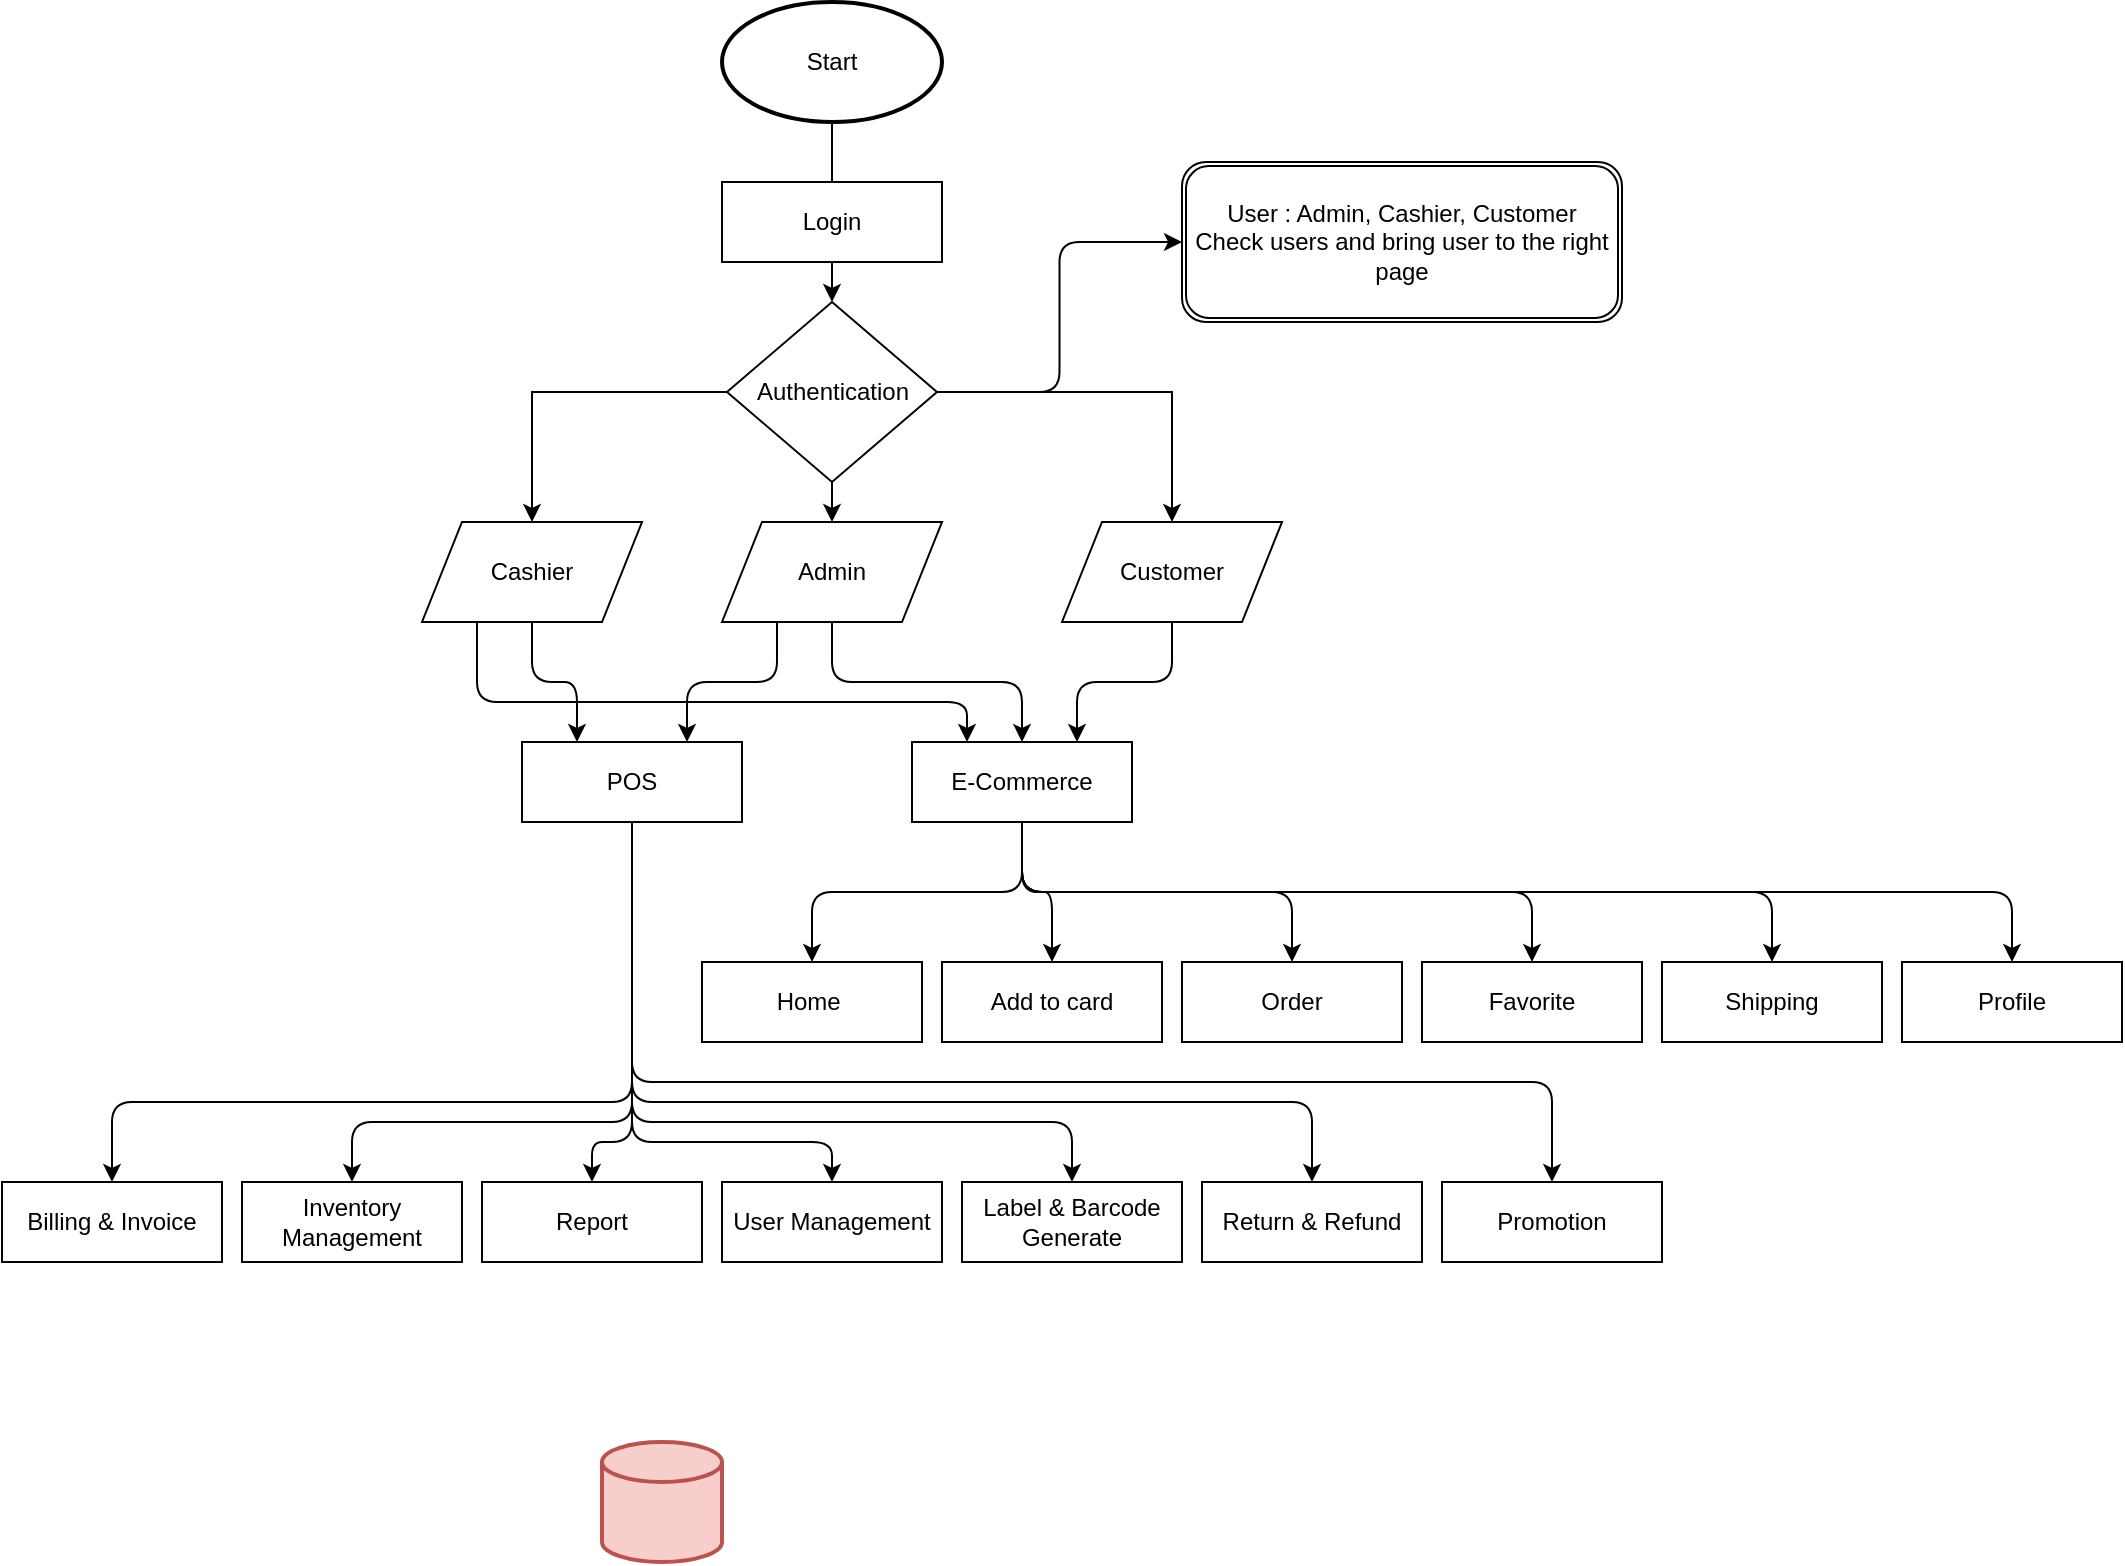
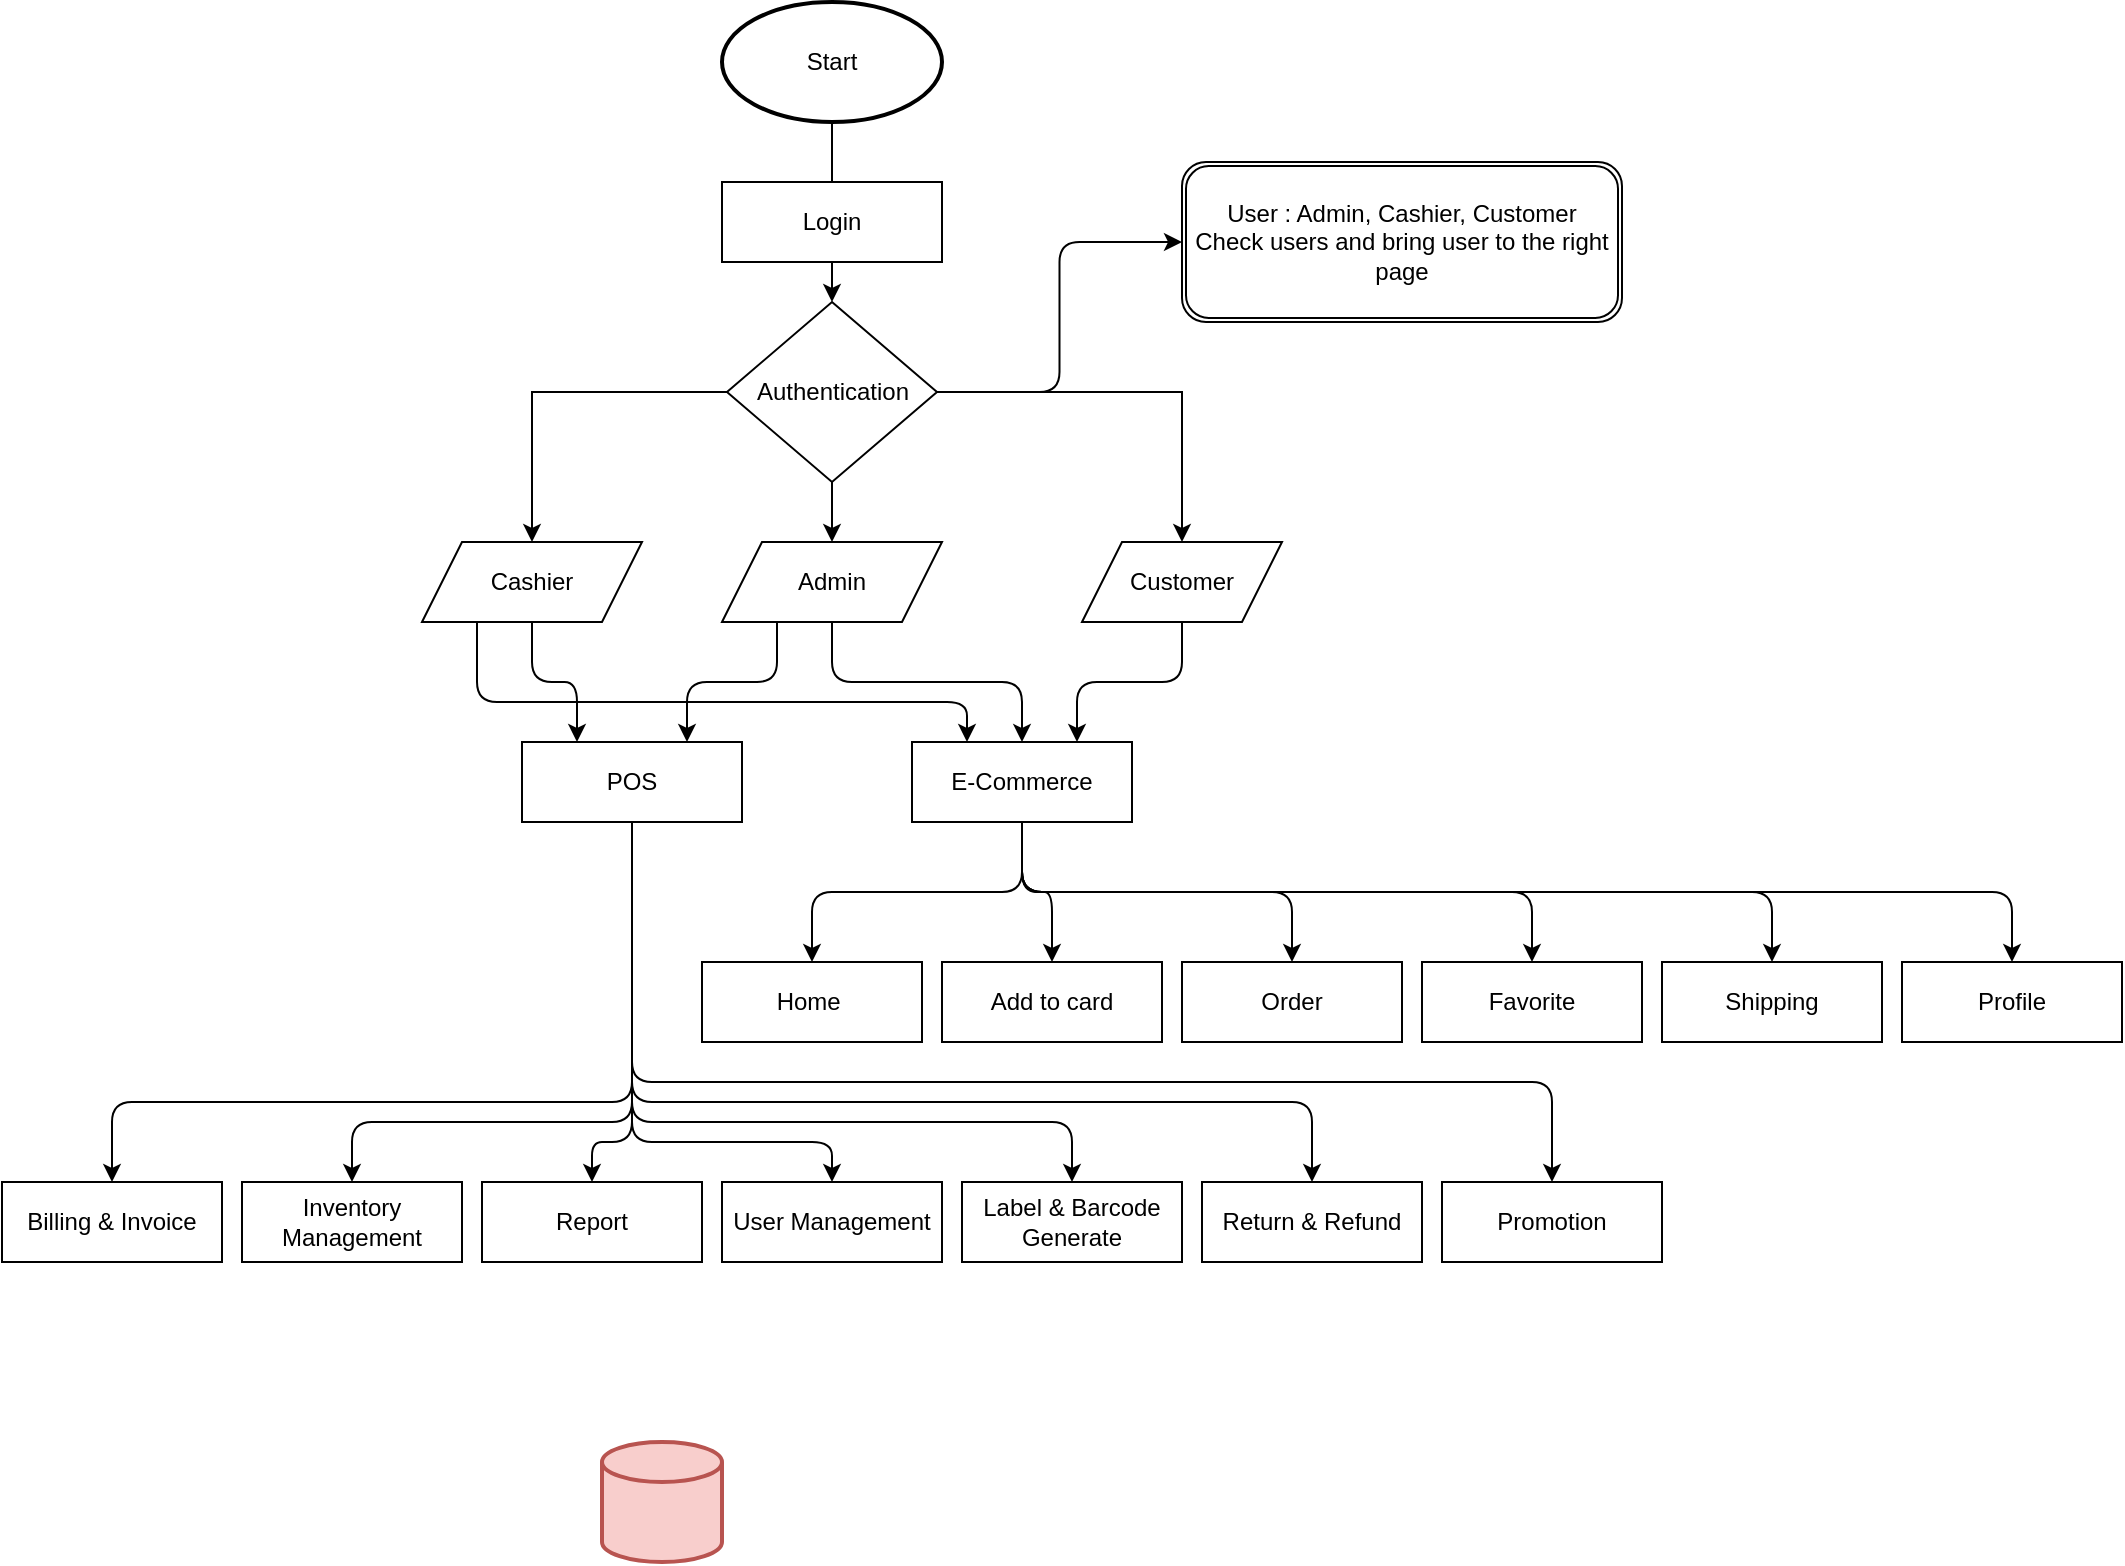
<mxfile host="app.diagrams.net">
  <diagram name="Page-1" id="T8X5T4ipKH7LPoEU0lZ8">
-     <mxGraphModel dx="694" dy="446" grid="1" gridSize="10" guides="1" tooltips="1" connect="1" arrows="1" fold="1" page="1" pageScale="1" pageWidth="1169" pageHeight="1654" math="0" shadow="0">
+     <mxGraphModel dx="1228" dy="789" grid="1" gridSize="10" guides="1" tooltips="1" connect="1" arrows="1" fold="1" page="1" pageScale="1" pageWidth="1169" pageHeight="1654" math="0" shadow="0">
      <root>
        <mxCell id="0" />
        <mxCell id="1" parent="0" />
        <mxCell id="o-ckGW3FgYWp_r8-CAn1-1" parent="1" style="strokeWidth=2;html=1;shape=mxgraph.flowchart.database;whiteSpace=wrap;fillColor=#f8cecc;strokeColor=#b85450;fillStyle=auto;" value="" vertex="1">
          <mxGeometry height="60" width="60" x="320" y="730" as="geometry" />
        </mxCell>
        <mxCell id="2ErcFpOtvGnYndQNyDVl-1" edge="1" parent="1" source="o-ckGW3FgYWp_r8-CAn1-3" style="edgeStyle=orthogonalEdgeStyle;rounded=0;orthogonalLoop=1;jettySize=auto;html=1;entryX=0.5;entryY=0;entryDx=0;entryDy=0;" target="2ErcFpOtvGnYndQNyDVl-12" value="">
          <mxGeometry relative="1" as="geometry">
            <mxPoint x="434.9999999999998" y="160" as="targetPoint" />
          </mxGeometry>
        </mxCell>
        <mxCell id="o-ckGW3FgYWp_r8-CAn1-3" parent="1" style="strokeWidth=2;html=1;shape=mxgraph.flowchart.start_1;whiteSpace=wrap;" value="Start" vertex="1">
          <mxGeometry height="60" width="110" x="380" y="10" as="geometry" />
        </mxCell>
        <mxCell id="o-ckGW3FgYWp_r8-CAn1-5" parent="1" style="rounded=0;whiteSpace=wrap;html=1;" value="Login" vertex="1">
          <mxGeometry height="40" width="110" x="380" y="100" as="geometry" />
        </mxCell>
        <mxCell id="o-ckGW3FgYWp_r8-CAn1-9" parent="1" style="rounded=0;whiteSpace=wrap;html=1;" value="Billing &amp;amp; Invoice" vertex="1">
          <mxGeometry height="40" width="110" x="20" y="600" as="geometry" />
        </mxCell>
        <mxCell id="o-ckGW3FgYWp_r8-CAn1-10" parent="1" style="rounded=0;whiteSpace=wrap;html=1;" value="Inventory Management" vertex="1">
          <mxGeometry height="40" width="110" x="140" y="600" as="geometry" />
        </mxCell>
        <mxCell id="o-ckGW3FgYWp_r8-CAn1-11" parent="1" style="rounded=0;whiteSpace=wrap;html=1;" value="Report" vertex="1">
          <mxGeometry height="40" width="110" x="260" y="600" as="geometry" />
        </mxCell>
        <mxCell id="o-ckGW3FgYWp_r8-CAn1-12" parent="1" style="rounded=0;whiteSpace=wrap;html=1;" value="User Management" vertex="1">
          <mxGeometry height="40" width="110" x="380" y="600" as="geometry" />
        </mxCell>
        <mxCell id="o-ckGW3FgYWp_r8-CAn1-13" parent="1" style="rounded=0;whiteSpace=wrap;html=1;" value="Label &amp;amp; Barcode Generate" vertex="1">
          <mxGeometry height="40" width="110" x="500" y="600" as="geometry" />
        </mxCell>
        <mxCell id="o-ckGW3FgYWp_r8-CAn1-14" parent="1" style="rounded=0;whiteSpace=wrap;html=1;" value="Promotion" vertex="1">
          <mxGeometry height="40" width="110" x="740" y="600" as="geometry" />
        </mxCell>
        <mxCell id="o-ckGW3FgYWp_r8-CAn1-15" parent="1" style="rounded=0;whiteSpace=wrap;html=1;" value="Return &amp;amp; Refund" vertex="1">
          <mxGeometry height="40" width="110" x="620" y="600" as="geometry" />
        </mxCell>
        <mxCell id="2ErcFpOtvGnYndQNyDVl-26" edge="1" parent="1" source="2ErcFpOtvGnYndQNyDVl-12" style="edgeStyle=orthogonalEdgeStyle;rounded=1;orthogonalLoop=1;jettySize=auto;html=1;exitX=1;exitY=0.5;exitDx=0;exitDy=0;entryX=0;entryY=0.5;entryDx=0;entryDy=0;curved=0;" target="2ErcFpOtvGnYndQNyDVl-25">
          <mxGeometry relative="1" as="geometry" />
        </mxCell>
        <mxCell id="2ErcFpOtvGnYndQNyDVl-34" edge="1" parent="1" source="2ErcFpOtvGnYndQNyDVl-12" style="edgeStyle=orthogonalEdgeStyle;rounded=0;orthogonalLoop=1;jettySize=auto;html=1;exitX=0.5;exitY=1;exitDx=0;exitDy=0;entryX=0.5;entryY=0;entryDx=0;entryDy=0;" target="2ErcFpOtvGnYndQNyDVl-27">
          <mxGeometry relative="1" as="geometry" />
        </mxCell>
        <mxCell id="2ErcFpOtvGnYndQNyDVl-35" edge="1" parent="1" source="2ErcFpOtvGnYndQNyDVl-12" style="edgeStyle=orthogonalEdgeStyle;rounded=0;orthogonalLoop=1;jettySize=auto;html=1;exitX=1;exitY=0.5;exitDx=0;exitDy=0;entryX=0.5;entryY=0;entryDx=0;entryDy=0;" target="2ErcFpOtvGnYndQNyDVl-29">
          <mxGeometry relative="1" as="geometry" />
        </mxCell>
        <mxCell id="2ErcFpOtvGnYndQNyDVl-36" edge="1" parent="1" source="2ErcFpOtvGnYndQNyDVl-12" style="edgeStyle=orthogonalEdgeStyle;rounded=0;orthogonalLoop=1;jettySize=auto;html=1;exitX=0;exitY=0.5;exitDx=0;exitDy=0;entryX=0.5;entryY=0;entryDx=0;entryDy=0;" target="2ErcFpOtvGnYndQNyDVl-28">
          <mxGeometry relative="1" as="geometry" />
        </mxCell>
        <mxCell id="2ErcFpOtvGnYndQNyDVl-12" parent="1" style="rhombus;whiteSpace=wrap;html=1;" value="Authentication" vertex="1">
          <mxGeometry height="90" width="105" x="382.5" y="160" as="geometry" />
        </mxCell>
        <mxCell id="2ErcFpOtvGnYndQNyDVl-25" parent="1" style="shape=ext;double=1;rounded=1;whiteSpace=wrap;html=1;" value="User : Admin, Cashier, Customer&lt;br&gt;Check users and bring user to the right page" vertex="1">
          <mxGeometry height="80" width="220" x="610" y="90" as="geometry" />
        </mxCell>
        <mxCell id="2ErcFpOtvGnYndQNyDVl-38" edge="1" parent="1" source="2ErcFpOtvGnYndQNyDVl-27" style="edgeStyle=orthogonalEdgeStyle;rounded=1;orthogonalLoop=1;jettySize=auto;html=1;exitX=0.25;exitY=1;exitDx=0;exitDy=0;entryX=0.75;entryY=0;entryDx=0;entryDy=0;curved=0;" target="2ErcFpOtvGnYndQNyDVl-33">
          <mxGeometry relative="1" as="geometry" />
        </mxCell>
        <mxCell id="2ErcFpOtvGnYndQNyDVl-44" edge="1" parent="1" source="2ErcFpOtvGnYndQNyDVl-27" style="edgeStyle=orthogonalEdgeStyle;rounded=1;orthogonalLoop=1;jettySize=auto;html=1;exitX=0.5;exitY=1;exitDx=0;exitDy=0;entryX=0.5;entryY=0;entryDx=0;entryDy=0;curved=0;" target="2ErcFpOtvGnYndQNyDVl-32">
          <mxGeometry relative="1" as="geometry" />
        </mxCell>
        <mxCell id="2ErcFpOtvGnYndQNyDVl-27" parent="1" style="shape=parallelogram;perimeter=parallelogramPerimeter;whiteSpace=wrap;html=1;fixedSize=1;" value="Admin" vertex="1">
-           <mxGeometry height="50" width="110" x="380" y="270" as="geometry" />
+           <mxGeometry height="40" width="110" x="380" y="280" as="geometry" />
        </mxCell>
        <mxCell id="2ErcFpOtvGnYndQNyDVl-39" edge="1" parent="1" source="2ErcFpOtvGnYndQNyDVl-28" style="edgeStyle=orthogonalEdgeStyle;rounded=1;orthogonalLoop=1;jettySize=auto;html=1;exitX=0.5;exitY=1;exitDx=0;exitDy=0;entryX=0.25;entryY=0;entryDx=0;entryDy=0;curved=0;" target="2ErcFpOtvGnYndQNyDVl-33">
          <mxGeometry relative="1" as="geometry" />
        </mxCell>
        <mxCell id="2ErcFpOtvGnYndQNyDVl-76" edge="1" parent="1" source="2ErcFpOtvGnYndQNyDVl-28" style="edgeStyle=orthogonalEdgeStyle;rounded=1;orthogonalLoop=1;jettySize=auto;html=1;exitX=0.25;exitY=1;exitDx=0;exitDy=0;entryX=0.25;entryY=0;entryDx=0;entryDy=0;curved=0;" target="2ErcFpOtvGnYndQNyDVl-32">
          <mxGeometry relative="1" as="geometry">
            <Array as="points">
              <mxPoint x="258" y="360" />
              <mxPoint x="502" y="360" />
            </Array>
          </mxGeometry>
        </mxCell>
        <mxCell id="2ErcFpOtvGnYndQNyDVl-28" parent="1" style="shape=parallelogram;perimeter=parallelogramPerimeter;whiteSpace=wrap;html=1;fixedSize=1;" value="Cashier" vertex="1">
-           <mxGeometry height="50" width="110" x="230" y="270" as="geometry" />
+           <mxGeometry height="40" width="110" x="230" y="280" as="geometry" />
        </mxCell>
        <mxCell id="2ErcFpOtvGnYndQNyDVl-45" edge="1" parent="1" source="2ErcFpOtvGnYndQNyDVl-29" style="edgeStyle=orthogonalEdgeStyle;rounded=1;orthogonalLoop=1;jettySize=auto;html=1;exitX=0.5;exitY=1;exitDx=0;exitDy=0;entryX=0.75;entryY=0;entryDx=0;entryDy=0;elbow=vertical;curved=0;" target="2ErcFpOtvGnYndQNyDVl-32">
          <mxGeometry relative="1" as="geometry" />
        </mxCell>
        <mxCell id="2ErcFpOtvGnYndQNyDVl-29" parent="1" style="shape=parallelogram;perimeter=parallelogramPerimeter;whiteSpace=wrap;html=1;fixedSize=1;" value="Customer" vertex="1">
-           <mxGeometry height="50" width="110" x="550" y="270" as="geometry" />
+           <mxGeometry height="40" width="100" x="560" y="280" as="geometry" />
        </mxCell>
        <mxCell id="2ErcFpOtvGnYndQNyDVl-68" edge="1" parent="1" source="2ErcFpOtvGnYndQNyDVl-32" style="edgeStyle=orthogonalEdgeStyle;rounded=1;orthogonalLoop=1;jettySize=auto;html=1;exitX=0.5;exitY=1;exitDx=0;exitDy=0;entryX=0.5;entryY=0;entryDx=0;entryDy=0;curved=0;" target="2ErcFpOtvGnYndQNyDVl-54">
          <mxGeometry relative="1" as="geometry" />
        </mxCell>
        <mxCell id="2ErcFpOtvGnYndQNyDVl-32" parent="1" style="rounded=0;whiteSpace=wrap;html=1;" value="E-Commerce" vertex="1">
          <mxGeometry height="40" width="110" x="475" y="380" as="geometry" />
        </mxCell>
        <mxCell id="2ErcFpOtvGnYndQNyDVl-46" edge="1" parent="1" source="2ErcFpOtvGnYndQNyDVl-33" style="edgeStyle=orthogonalEdgeStyle;rounded=1;orthogonalLoop=1;jettySize=auto;html=1;exitX=0.5;exitY=1;exitDx=0;exitDy=0;entryX=0.5;entryY=0;entryDx=0;entryDy=0;curved=0;startSize=6;miterlimit=4;" target="o-ckGW3FgYWp_r8-CAn1-9">
          <mxGeometry relative="1" as="geometry">
            <Array as="points">
              <mxPoint x="335" y="560" />
              <mxPoint x="75" y="560" />
            </Array>
          </mxGeometry>
        </mxCell>
        <mxCell id="2ErcFpOtvGnYndQNyDVl-33" parent="1" style="rounded=0;whiteSpace=wrap;html=1;" value="POS" vertex="1">
          <mxGeometry height="40" width="110" x="280" y="380" as="geometry" />
        </mxCell>
        <mxCell id="2ErcFpOtvGnYndQNyDVl-47" edge="1" parent="1" source="2ErcFpOtvGnYndQNyDVl-33" style="edgeStyle=orthogonalEdgeStyle;rounded=1;orthogonalLoop=1;jettySize=auto;html=1;exitX=0.5;exitY=1;exitDx=0;exitDy=0;entryX=0.5;entryY=0;entryDx=0;entryDy=0;curved=0;startSize=6;miterlimit=4;" target="o-ckGW3FgYWp_r8-CAn1-10">
          <mxGeometry relative="1" as="geometry">
            <Array as="points">
              <mxPoint x="335" y="570" />
              <mxPoint x="195" y="570" />
            </Array>
          </mxGeometry>
        </mxCell>
        <mxCell id="2ErcFpOtvGnYndQNyDVl-48" edge="1" parent="1" source="2ErcFpOtvGnYndQNyDVl-33" style="edgeStyle=orthogonalEdgeStyle;rounded=1;orthogonalLoop=1;jettySize=auto;html=1;exitX=0.5;exitY=1;exitDx=0;exitDy=0;entryX=0.5;entryY=0;entryDx=0;entryDy=0;curved=0;startSize=6;miterlimit=4;" target="o-ckGW3FgYWp_r8-CAn1-11">
          <mxGeometry relative="1" as="geometry">
            <Array as="points">
              <mxPoint x="335" y="580" />
              <mxPoint x="315" y="580" />
            </Array>
          </mxGeometry>
        </mxCell>
        <mxCell id="2ErcFpOtvGnYndQNyDVl-50" edge="1" parent="1" source="2ErcFpOtvGnYndQNyDVl-33" style="edgeStyle=orthogonalEdgeStyle;rounded=1;orthogonalLoop=1;jettySize=auto;html=1;exitX=0.5;exitY=1;exitDx=0;exitDy=0;entryX=0.5;entryY=0;entryDx=0;entryDy=0;curved=0;startSize=6;miterlimit=4;" target="o-ckGW3FgYWp_r8-CAn1-12">
          <mxGeometry relative="1" as="geometry">
            <Array as="points">
              <mxPoint x="335" y="580" />
              <mxPoint x="435" y="580" />
            </Array>
          </mxGeometry>
        </mxCell>
        <mxCell id="2ErcFpOtvGnYndQNyDVl-51" edge="1" parent="1" source="2ErcFpOtvGnYndQNyDVl-33" style="edgeStyle=orthogonalEdgeStyle;rounded=1;orthogonalLoop=1;jettySize=auto;html=1;exitX=0.5;exitY=1;exitDx=0;exitDy=0;entryX=0.5;entryY=0;entryDx=0;entryDy=0;curved=0;startSize=6;miterlimit=4;" target="o-ckGW3FgYWp_r8-CAn1-13">
          <mxGeometry relative="1" as="geometry">
            <Array as="points">
              <mxPoint x="335" y="570" />
              <mxPoint x="555" y="570" />
            </Array>
          </mxGeometry>
        </mxCell>
        <mxCell id="2ErcFpOtvGnYndQNyDVl-52" edge="1" parent="1" source="2ErcFpOtvGnYndQNyDVl-33" style="edgeStyle=orthogonalEdgeStyle;rounded=1;orthogonalLoop=1;jettySize=auto;html=1;exitX=0.5;exitY=1;exitDx=0;exitDy=0;entryX=0.5;entryY=0;entryDx=0;entryDy=0;curved=0;startSize=6;miterlimit=4;" target="o-ckGW3FgYWp_r8-CAn1-15">
          <mxGeometry relative="1" as="geometry">
            <Array as="points">
              <mxPoint x="335" y="560" />
              <mxPoint x="675" y="560" />
            </Array>
          </mxGeometry>
        </mxCell>
        <mxCell id="2ErcFpOtvGnYndQNyDVl-53" edge="1" parent="1" source="2ErcFpOtvGnYndQNyDVl-33" style="edgeStyle=orthogonalEdgeStyle;rounded=1;orthogonalLoop=1;jettySize=auto;html=1;exitX=0.5;exitY=1;exitDx=0;exitDy=0;entryX=0.5;entryY=0;entryDx=0;entryDy=0;curved=0;startSize=6;miterlimit=4;" target="o-ckGW3FgYWp_r8-CAn1-14">
          <mxGeometry relative="1" as="geometry">
            <Array as="points">
              <mxPoint x="335" y="550" />
              <mxPoint x="795" y="550" />
            </Array>
          </mxGeometry>
        </mxCell>
        <mxCell id="2ErcFpOtvGnYndQNyDVl-54" parent="1" style="rounded=0;whiteSpace=wrap;html=1;" value="Home&amp;nbsp;" vertex="1">
          <mxGeometry height="40" width="110" x="370" y="490" as="geometry" />
        </mxCell>
        <mxCell id="2ErcFpOtvGnYndQNyDVl-55" parent="1" style="rounded=0;whiteSpace=wrap;html=1;" value="Add to card" vertex="1">
          <mxGeometry height="40" width="110" x="490" y="490" as="geometry" />
        </mxCell>
        <mxCell id="2ErcFpOtvGnYndQNyDVl-56" parent="1" style="rounded=0;whiteSpace=wrap;html=1;" value="Order" vertex="1">
          <mxGeometry height="40" width="110" x="610" y="490" as="geometry" />
        </mxCell>
        <mxCell id="2ErcFpOtvGnYndQNyDVl-57" parent="1" style="rounded=0;whiteSpace=wrap;html=1;" value="Favorite" vertex="1">
          <mxGeometry height="40" width="110" x="730" y="490" as="geometry" />
        </mxCell>
        <mxCell id="2ErcFpOtvGnYndQNyDVl-58" parent="1" style="rounded=0;whiteSpace=wrap;html=1;" value="Shipping" vertex="1">
          <mxGeometry height="40" width="110" x="850" y="490" as="geometry" />
        </mxCell>
        <mxCell id="2ErcFpOtvGnYndQNyDVl-60" parent="1" style="rounded=0;whiteSpace=wrap;html=1;" value="Profile" vertex="1">
          <mxGeometry height="40" width="110" x="970" y="490" as="geometry" />
        </mxCell>
        <mxCell id="2ErcFpOtvGnYndQNyDVl-69" edge="1" parent="1" source="2ErcFpOtvGnYndQNyDVl-32" style="edgeStyle=orthogonalEdgeStyle;rounded=1;orthogonalLoop=1;jettySize=auto;html=1;exitX=0.5;exitY=1;exitDx=0;exitDy=0;entryX=0.5;entryY=0;entryDx=0;entryDy=0;curved=0;" target="2ErcFpOtvGnYndQNyDVl-55">
          <mxGeometry relative="1" as="geometry" />
        </mxCell>
        <mxCell id="2ErcFpOtvGnYndQNyDVl-70" edge="1" parent="1" source="2ErcFpOtvGnYndQNyDVl-32" style="edgeStyle=orthogonalEdgeStyle;rounded=1;orthogonalLoop=1;jettySize=auto;html=1;exitX=0.5;exitY=1;exitDx=0;exitDy=0;entryX=0.5;entryY=0;entryDx=0;entryDy=0;curved=0;" target="2ErcFpOtvGnYndQNyDVl-56">
          <mxGeometry relative="1" as="geometry" />
        </mxCell>
        <mxCell id="2ErcFpOtvGnYndQNyDVl-71" edge="1" parent="1" source="2ErcFpOtvGnYndQNyDVl-32" style="edgeStyle=orthogonalEdgeStyle;rounded=1;orthogonalLoop=1;jettySize=auto;html=1;exitX=0.5;exitY=1;exitDx=0;exitDy=0;entryX=0.5;entryY=0;entryDx=0;entryDy=0;curved=0;" target="2ErcFpOtvGnYndQNyDVl-57">
          <mxGeometry relative="1" as="geometry" />
        </mxCell>
        <mxCell id="2ErcFpOtvGnYndQNyDVl-72" edge="1" parent="1" source="2ErcFpOtvGnYndQNyDVl-32" style="edgeStyle=orthogonalEdgeStyle;rounded=1;orthogonalLoop=1;jettySize=auto;html=1;exitX=0.5;exitY=1;exitDx=0;exitDy=0;entryX=0.5;entryY=0;entryDx=0;entryDy=0;curved=0;" target="2ErcFpOtvGnYndQNyDVl-58">
          <mxGeometry relative="1" as="geometry" />
        </mxCell>
        <mxCell id="2ErcFpOtvGnYndQNyDVl-73" edge="1" parent="1" source="2ErcFpOtvGnYndQNyDVl-32" style="edgeStyle=orthogonalEdgeStyle;rounded=1;orthogonalLoop=1;jettySize=auto;html=1;exitX=0.5;exitY=1;exitDx=0;exitDy=0;entryX=0.5;entryY=0;entryDx=0;entryDy=0;curved=0;" target="2ErcFpOtvGnYndQNyDVl-60">
          <mxGeometry relative="1" as="geometry" />
        </mxCell>
      </root>
    </mxGraphModel>
  </diagram>
</mxfile>
